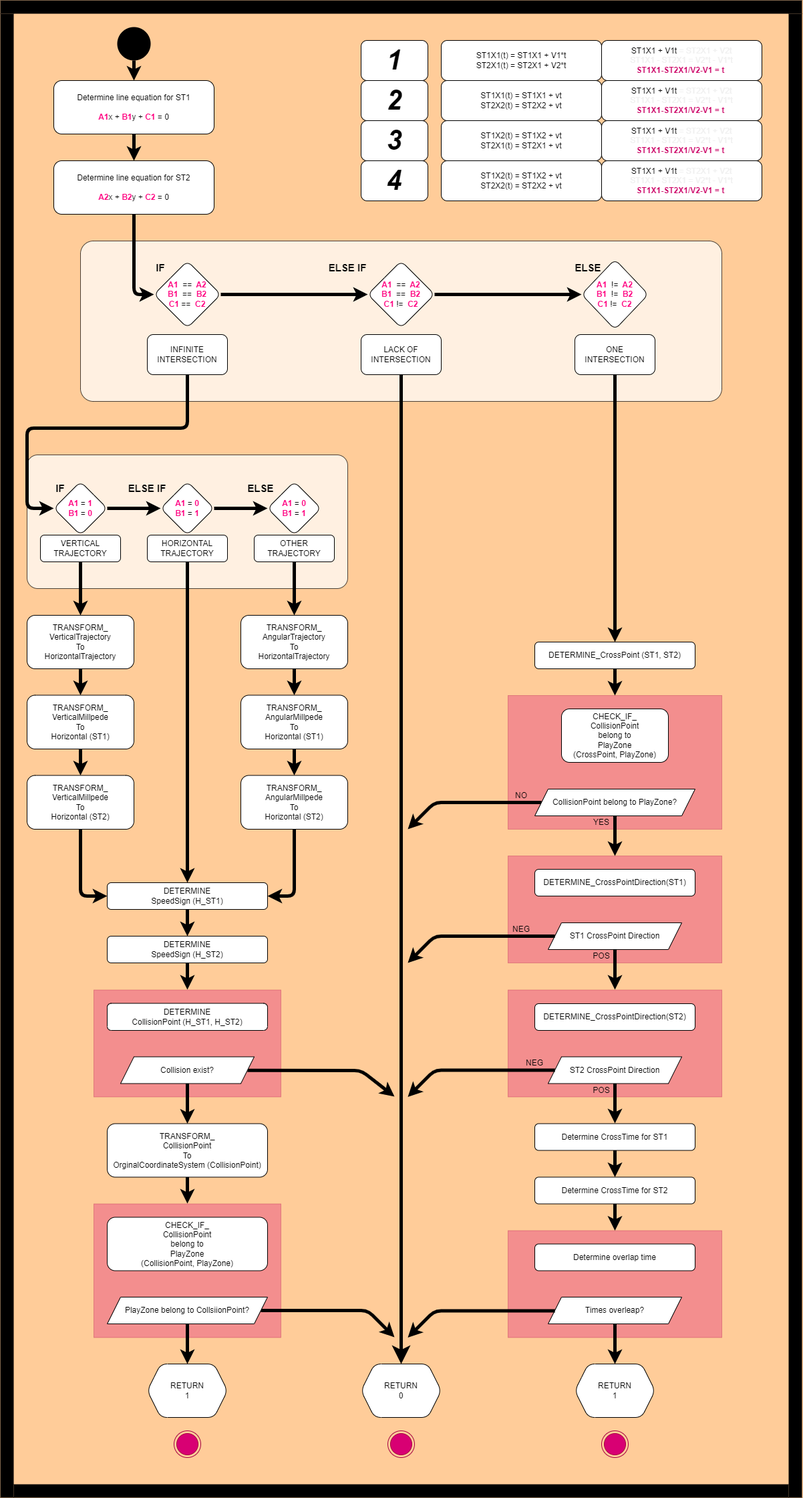
Before: test.drawio.png, a diagram exported from draw.io (bajraan/MWP3_2C1---Stonogi). Source tidied: cells renumbered, new cells last; positions are measured from the earlier drawing's top-left corner, leaving out a move shared by most shapes.
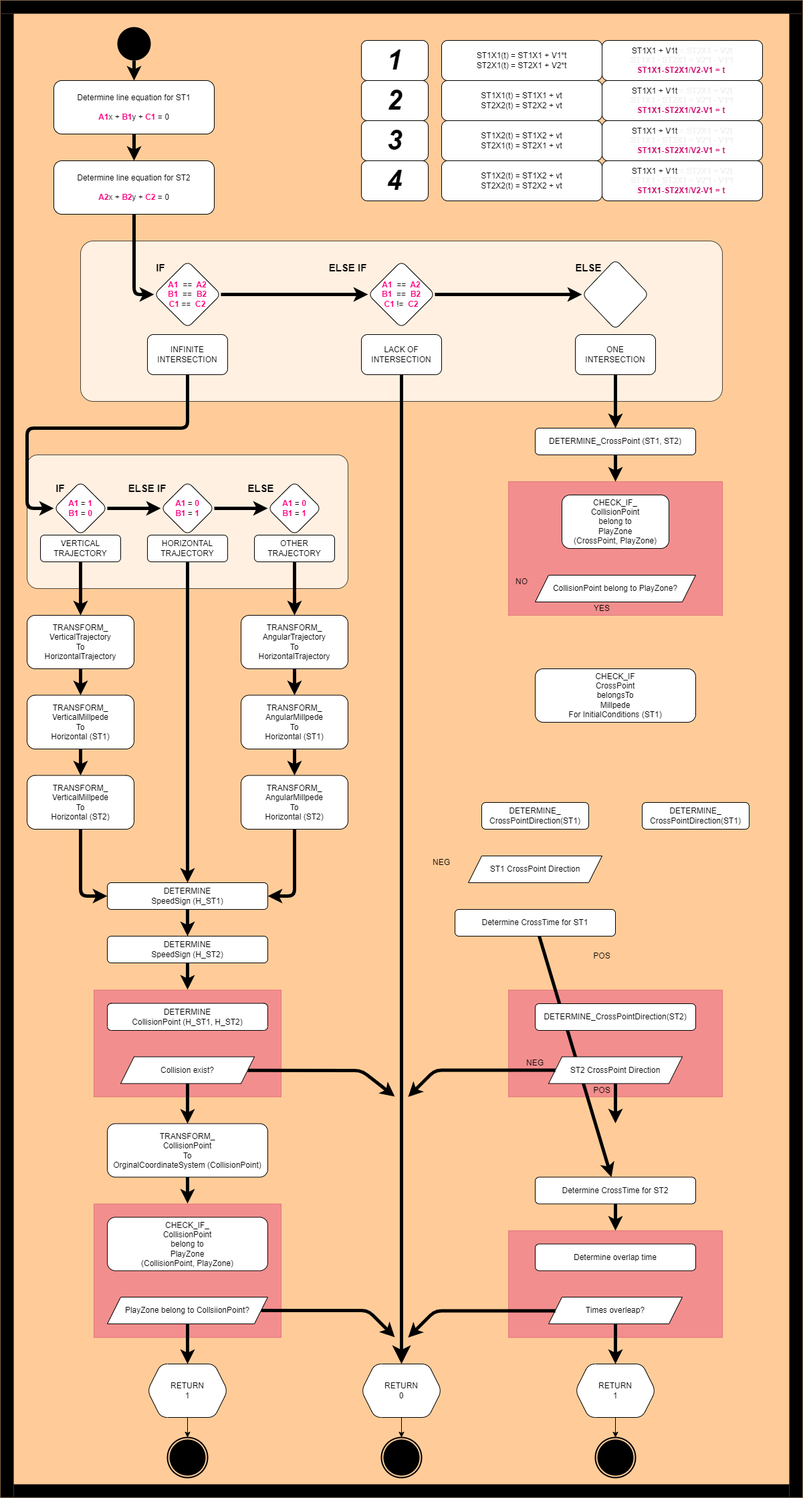
After the change.

Diff of the diagram source:
```diff
@@ -8,9 +8,6 @@
     <mxCell id="3" style="rounded=0;whiteSpace=wrap;html=1;shadow=0;glass=0;opacity=30;fillColor=#d80073;fontColor=#ffffff;strokeColor=#A50040;" parent="1" vertex="1">
       <mxGeometry x="760" y="1480.5" width="320" height="160" as="geometry" />
     </mxCell>
-    <mxCell id="4" style="rounded=0;whiteSpace=wrap;html=1;shadow=0;glass=0;opacity=30;fillColor=#d80073;fontColor=#ffffff;strokeColor=#A50040;" parent="1" vertex="1">
-      <mxGeometry x="760" y="1280" width="320" height="160" as="geometry" />
-    </mxCell>
     <mxCell id="5" style="rounded=0;whiteSpace=wrap;html=1;shadow=0;glass=0;opacity=30;fillColor=#d80073;fontColor=#ffffff;strokeColor=#A50040;" parent="1" vertex="1">
       <mxGeometry x="140" y="1480.5" width="280" height="160" as="geometry" />
     </mxCell>
@@ -18,7 +15,7 @@
       <mxGeometry x="140" y="1800.5" width="280" height="200" as="geometry" />
     </mxCell>
     <mxCell id="7" style="rounded=0;whiteSpace=wrap;html=1;shadow=0;glass=0;opacity=30;fillColor=#d80073;fontColor=#ffffff;strokeColor=#A50040;" parent="1" vertex="1">
-      <mxGeometry x="760" y="1040" width="320" height="200" as="geometry" />
+      <mxGeometry x="760" y="720" width="320" height="200" as="geometry" />
     </mxCell>
     <mxCell id="8" style="rounded=1;whiteSpace=wrap;html=1;fontColor=#FF0080;opacity=70;strokeOpacity=100;fillOpacity=100;glass=0;sketch=0;shadow=0;arcSize=8;" parent="1" vertex="1">
       <mxGeometry x="40" y="680" width="480" height="200" as="geometry" />
@@ -46,13 +43,13 @@
       <mxGeometry relative="1" as="geometry" />
     </mxCell>
     <mxCell id="15" value="DETERMINE_CrossPoint (ST1, ST2)" style="whiteSpace=wrap;html=1;rounded=1;" parent="1" vertex="1">
-      <mxGeometry x="800" y="960" width="240" height="40" as="geometry" />
+      <mxGeometry x="800" y="640" width="240" height="40" as="geometry" />
     </mxCell>
     <mxCell id="16" style="edgeStyle=none;html=1;fontColor=#000000;startSize=12;endSize=6;targetPerimeterSpacing=0;strokeColor=default;strokeWidth=5;" parent="1" edge="1" source="17" target="19">
       <mxGeometry relative="1" as="geometry" />
     </mxCell>
     <mxCell id="17" value="Determine CrossTime for ST1" style="whiteSpace=wrap;html=1;rounded=1;" parent="1" vertex="1">
-      <mxGeometry x="800" y="1680.5" width="240" height="40" as="geometry" />
+      <mxGeometry x="680" y="1360" width="240" height="40" as="geometry" />
     </mxCell>
     <mxCell id="18" style="edgeStyle=none;html=1;entryX=0.5;entryY=0;entryDx=0;entryDy=0;fontColor=#000000;startSize=12;endSize=6;targetPerimeterSpacing=0;strokeColor=default;strokeWidth=5;" parent="1" edge="1" source="19" target="2">
       <mxGeometry relative="1" as="geometry" />
@@ -63,22 +60,23 @@
     <mxCell id="20" value="Determine overlap time" style="whiteSpace=wrap;html=1;rounded=1;" parent="1" vertex="1">
       <mxGeometry x="800" y="1860.5" width="240" height="40" as="geometry" />
     </mxCell>
+    <mxCell id="120" style="edgeStyle=none;html=1;" parent="1" edge="1" source="21" target="123">
+      <mxGeometry relative="1" as="geometry" />
+    </mxCell>
     <mxCell id="21" value="RETURN&lt;br&gt;0" style="shape=hexagon;perimeter=hexagonPerimeter2;whiteSpace=wrap;html=1;fixedSize=1;rounded=1;" parent="1" vertex="1">
       <mxGeometry x="540" y="2040" width="120" height="80" as="geometry" />
     </mxCell>
+    <mxCell id="121" style="edgeStyle=none;html=1;" parent="1" edge="1" source="22" target="124">
+      <mxGeometry relative="1" as="geometry" />
+    </mxCell>
     <mxCell id="22" value="RETURN&lt;br&gt;1" style="shape=hexagon;perimeter=hexagonPerimeter2;whiteSpace=wrap;html=1;fixedSize=1;rounded=1;" parent="1" vertex="1">
       <mxGeometry x="860" y="2040" width="120" height="80" as="geometry" />
     </mxCell>
-    <mxCell id="23" value="DETERMINE_CrossPointDirection(ST1)" style="whiteSpace=wrap;html=1;rounded=1;fillColor=default;" parent="1" vertex="1">
-      <mxGeometry x="800" y="1300" width="240" height="40" as="geometry" />
+    <mxCell id="23" value="DETERMINE_&lt;br&gt;CrossPointDirection(ST1)" style="whiteSpace=wrap;html=1;rounded=1;fillColor=default;" parent="1" vertex="1">
+      <mxGeometry x="720" y="1200" width="160" height="40" as="geometry" />
     </mxCell>
-    <mxCell id="24" style="edgeStyle=none;html=1;fontColor=#000000;startSize=12;endSize=6;targetPerimeterSpacing=0;strokeColor=default;strokeWidth=5;" parent="1" edge="1" source="25">
-      <mxGeometry relative="1" as="geometry">
-        <mxPoint x="920" y="1480" as="targetPoint" />
-      </mxGeometry>
-    </mxCell>
     <mxCell id="25" value="ST1 CrossPoint Direction" style="shape=parallelogram;perimeter=parallelogramPerimeter;whiteSpace=wrap;html=1;fixedSize=1;rounded=0;" parent="1" vertex="1">
-      <mxGeometry x="820" y="1380" width="200" height="40" as="geometry" />
+      <mxGeometry x="700" y="1280" width="200" height="40" as="geometry" />
     </mxCell>
     <mxCell id="26" value="DETERMINE_CrossPointDirection(ST2)" style="whiteSpace=wrap;html=1;rounded=1;" parent="1" vertex="1">
       <mxGeometry x="800" y="1501" width="240" height="40" as="geometry" />
@@ -101,7 +99,7 @@
     <mxCell id="32" value="&lt;b&gt;&lt;font color=&quot;#ff0080&quot;&gt;A1&amp;nbsp;&amp;nbsp;&lt;/font&gt;&lt;/b&gt;==&amp;nbsp;&lt;b&gt;&lt;font color=&quot;#ff0080&quot;&gt;&amp;nbsp;A2&lt;br&gt;B1&amp;nbsp;&amp;nbsp;&lt;/font&gt;&lt;/b&gt;==&amp;nbsp;&lt;b&gt;&lt;font color=&quot;#ff0080&quot;&gt;&amp;nbsp;B2&lt;br&gt;C1 &lt;/font&gt;&lt;/b&gt;!=&amp;nbsp;&lt;b&gt;&lt;font color=&quot;#ff0080&quot;&gt;&amp;nbsp;C2&lt;/font&gt;&lt;/b&gt;" style="shape=rhombus;rounded=1;whiteSpace=wrap;html=1;fixedSize=1;" parent="1" vertex="1">
       <mxGeometry x="550" y="390" width="100" height="100" as="geometry" />
     </mxCell>
-    <mxCell id="33" value="&lt;b&gt;&lt;font color=&quot;#ff0080&quot;&gt;A1&amp;nbsp; &lt;/font&gt;&lt;/b&gt;!=&amp;nbsp;&lt;b&gt;&lt;font color=&quot;#ff0080&quot;&gt;&amp;nbsp;A2&lt;br&gt;B1&amp;nbsp;&amp;nbsp;&lt;/font&gt;&lt;/b&gt;!=&amp;nbsp;&lt;b&gt;&lt;font color=&quot;#ff0080&quot;&gt;&amp;nbsp;B2&lt;br&gt;C1&amp;nbsp;&lt;/font&gt;&lt;/b&gt;!=&amp;nbsp;&lt;b&gt;&lt;font color=&quot;#ff0080&quot;&gt;&amp;nbsp;C2&lt;/font&gt;&lt;/b&gt;" style="rhombus;rounded=1;whiteSpace=wrap;html=1;fixedSize=1;" parent="1" vertex="1">
+    <mxCell id="33" style="rhombus;rounded=1;whiteSpace=wrap;html=1;fixedSize=1;" parent="1" vertex="1">
       <mxGeometry x="870" y="387.5" width="100" height="105" as="geometry" />
     </mxCell>
     <mxCell id="34" style="edgeStyle=none;html=1;fontColor=#000000;startSize=12;endSize=6;targetPerimeterSpacing=0;strokeColor=default;strokeWidth=5;entryX=0.5;entryY=1;entryDx=0;entryDy=0;exitX=0.5;exitY=1;exitDx=0;exitDy=0;" parent="1" edge="1" source="35" target="47">
@@ -158,12 +156,6 @@
     <mxCell id="49" value="&lt;font color=&quot;#ff0080&quot;&gt;&lt;b&gt;A1&amp;nbsp;&lt;/b&gt;&lt;/font&gt;=&lt;font color=&quot;#ff0080&quot;&gt;&lt;b&gt;&amp;nbsp;0&lt;/b&gt;&lt;br&gt;&lt;b&gt;B1&amp;nbsp;&lt;/b&gt;&lt;/font&gt;=&amp;nbsp;&lt;font color=&quot;#ff0080&quot;&gt;&lt;b&gt;1&lt;/b&gt;&lt;/font&gt;" style="rhombus;whiteSpace=wrap;html=1;rounded=1;" parent="1" vertex="1">
       <mxGeometry x="240" y="720" width="80" height="80" as="geometry" />
     </mxCell>
-    <mxCell id="50" style="ellipse;html=1;shape=endState;fillColor=#d80073;strokeColor=#A50040;fontColor=#ffffff;" parent="1" vertex="1">
-      <mxGeometry x="580" y="2140" width="40" height="40" as="geometry" />
-    </mxCell>
-    <mxCell id="51" style="ellipse;html=1;shape=endState;fillColor=#d80073;strokeColor=#A50040;fontColor=#ffffff;" parent="1" vertex="1">
-      <mxGeometry x="900" y="2140" width="40" height="40" as="geometry" />
-    </mxCell>
     <mxCell id="52" value="&lt;b&gt;&lt;font style=&quot;font-size: 15px&quot;&gt;IF&lt;/font&gt;&lt;/b&gt;" style="text;html=1;strokeColor=none;fillColor=none;align=center;verticalAlign=middle;whiteSpace=wrap;rounded=0;" parent="1" vertex="1">
       <mxGeometry x="200" y="380" width="80" height="40" as="geometry" />
     </mxCell>
@@ -224,6 +216,9 @@
     <mxCell id="67" value="PlayZone belong to CollsiionPoint?" style="shape=parallelogram;perimeter=parallelogramPerimeter;whiteSpace=wrap;html=1;fixedSize=1;" parent="1" vertex="1">
       <mxGeometry x="160" y="1940" width="240" height="40" as="geometry" />
     </mxCell>
+    <mxCell id="122" style="edgeStyle=none;html=1;entryX=0.5;entryY=0;entryDx=0;entryDy=0;" parent="1" edge="1" source="68" target="89">
+      <mxGeometry relative="1" as="geometry" />
+    </mxCell>
     <mxCell id="68" value="RETURN&lt;br&gt;1" style="shape=hexagon;perimeter=hexagonPerimeter2;whiteSpace=wrap;html=1;fixedSize=1;rounded=1;" parent="1" vertex="1">
       <mxGeometry x="220" y="2040" width="120" height="80" as="geometry" />
     </mxCell>
@@ -288,24 +283,13 @@
       <mxGeometry x="160" y="1400" width="240" height="40" as="geometry" />
     </mxCell>
     <mxCell id="85" value="CHECK_IF_&lt;br&gt;CollisionPoint&lt;br&gt;belong to&lt;br&gt;PlayZone&lt;br&gt;(CrossPoint, PlayZone)" style="whiteSpace=wrap;html=1;rounded=1;" parent="1" vertex="1">
-      <mxGeometry x="840" y="1060" width="160" height="80" as="geometry" />
+      <mxGeometry x="840" y="740" width="160" height="80" as="geometry" />
     </mxCell>
-    <mxCell id="86" style="edgeStyle=none;html=1;strokeWidth=5;" parent="1" edge="1" source="88">
-      <mxGeometry relative="1" as="geometry">
-        <mxPoint x="610" y="1240" as="targetPoint" />
-        <Array as="points">
-          <mxPoint x="650" y="1200" />
-        </Array>
-      </mxGeometry>
-    </mxCell>
-    <mxCell id="87" style="edgeStyle=none;html=1;entryX=0.5;entryY=0;entryDx=0;entryDy=0;fontColor=#000000;startSize=12;endSize=6;targetPerimeterSpacing=0;strokeColor=default;strokeWidth=5;" parent="1" edge="1" source="88" target="4">
-      <mxGeometry relative="1" as="geometry" />
-    </mxCell>
     <mxCell id="88" value="CollisionPoint belong to PlayZone?" style="shape=parallelogram;perimeter=parallelogramPerimeter;whiteSpace=wrap;html=1;fixedSize=1;" parent="1" vertex="1">
-      <mxGeometry x="800" y="1180" width="240" height="40" as="geometry" />
+      <mxGeometry x="800" y="860" width="240" height="40" as="geometry" />
     </mxCell>
-    <mxCell id="89" style="ellipse;html=1;shape=endState;fillColor=#d80073;strokeColor=#A50040;fontColor=#ffffff;" parent="1" vertex="1">
-      <mxGeometry x="260" y="2140" width="40" height="40" as="geometry" />
+    <mxCell id="89" style="ellipse;html=1;shape=endState;fillColor=#000000;strokeColor=#000000;fontColor=#ffffff;strokeWidth=2;" parent="1" vertex="1">
+      <mxGeometry x="250" y="2150" width="60" height="60" as="geometry" />
     </mxCell>
     <mxCell id="90" value="&lt;b&gt;&lt;font style=&quot;font-size: 15px&quot;&gt;ELSE IF&lt;/font&gt;&lt;/b&gt;" style="text;html=1;strokeColor=none;fillColor=none;align=center;verticalAlign=middle;whiteSpace=wrap;rounded=0;" parent="1" vertex="1">
       <mxGeometry x="180" y="710" width="80" height="40" as="geometry" />
@@ -320,16 +304,16 @@
       <mxGeometry x="880" y="1620.5" width="40" height="20" as="geometry" />
     </mxCell>
     <mxCell id="94" value="NEG" style="text;html=1;strokeColor=none;fillColor=none;align=center;verticalAlign=middle;whiteSpace=wrap;rounded=0;shadow=0;glass=0;labelBackgroundColor=none;labelBorderColor=none;opacity=30;" parent="1" vertex="1">
-      <mxGeometry x="760" y="1380" width="40" height="20" as="geometry" />
+      <mxGeometry x="640" y="1280" width="40" height="20" as="geometry" />
     </mxCell>
     <mxCell id="95" value="POS" style="text;html=1;strokeColor=none;fillColor=none;align=center;verticalAlign=middle;whiteSpace=wrap;rounded=0;shadow=0;glass=0;labelBackgroundColor=none;labelBorderColor=none;opacity=30;" parent="1" vertex="1">
       <mxGeometry x="880" y="1420" width="40" height="20" as="geometry" />
     </mxCell>
     <mxCell id="96" value="NO" style="text;html=1;strokeColor=none;fillColor=none;align=center;verticalAlign=middle;whiteSpace=wrap;rounded=0;shadow=0;glass=0;labelBackgroundColor=none;labelBorderColor=none;opacity=30;" parent="1" vertex="1">
-      <mxGeometry x="760" y="1179.5" width="40" height="20" as="geometry" />
+      <mxGeometry x="760" y="859.5" width="40" height="20" as="geometry" />
     </mxCell>
     <mxCell id="97" value="YES" style="text;html=1;strokeColor=none;fillColor=none;align=center;verticalAlign=middle;whiteSpace=wrap;rounded=0;shadow=0;glass=0;labelBackgroundColor=none;labelBorderColor=none;opacity=30;" parent="1" vertex="1">
-      <mxGeometry x="880" y="1220" width="40" height="20" as="geometry" />
+      <mxGeometry x="880" y="900" width="40" height="20" as="geometry" />
     </mxCell>
     <mxCell id="98" value="ST1X1(t) = ST1X1 + V1*t&lt;br&gt;ST2X1(t) = ST2X1 + V2*t" style="whiteSpace=wrap;html=1;rounded=1;" parent="1" vertex="1">
       <mxGeometry x="660" y="60" width="240" height="60" as="geometry" />
@@ -349,14 +333,6 @@
     <mxCell id="103" value="ST1X1(t) = ST1X1 + vt&lt;br&gt;ST2X2(t) = ST2X2 + vt" style="whiteSpace=wrap;html=1;rounded=1;" parent="1" vertex="1">
       <mxGeometry x="660" y="120" width="240" height="60" as="geometry" />
     </mxCell>
-    <mxCell id="104" style="edgeStyle=none;html=1;strokeWidth=5;exitX=0;exitY=0.5;exitDx=0;exitDy=0;" parent="1" edge="1" source="25">
-      <mxGeometry relative="1" as="geometry">
-        <mxPoint x="610" y="1440" as="targetPoint" />
-        <Array as="points">
-          <mxPoint x="650" y="1400" />
-        </Array>
-      </mxGeometry>
-    </mxCell>
     <mxCell id="105" style="edgeStyle=none;html=1;strokeWidth=5;exitX=0;exitY=0.5;exitDx=0;exitDy=0;" parent="1" edge="1">
       <mxGeometry relative="1" as="geometry">
         <mxPoint x="830" y="1600.5" as="sourcePoint" />
@@ -414,5 +390,17 @@
     <mxCell id="119" value="&lt;span style=&quot;font-size: 41px&quot;&gt;&lt;b&gt;&lt;i&gt;4&lt;/i&gt;&lt;/b&gt;&lt;/span&gt;" style="whiteSpace=wrap;html=1;rounded=1;" parent="1" vertex="1">
       <mxGeometry x="540" y="240" width="100" height="60" as="geometry" />
     </mxCell>
+    <mxCell id="123" style="ellipse;html=1;shape=endState;fillColor=#000000;strokeColor=#000000;fontColor=#ffffff;strokeWidth=2;" parent="1" vertex="1">
+      <mxGeometry x="570" y="2150" width="60" height="60" as="geometry" />
+    </mxCell>
+    <mxCell id="124" style="ellipse;html=1;shape=endState;fillColor=#000000;strokeColor=#000000;fontColor=#ffffff;strokeWidth=2;" parent="1" vertex="1">
+      <mxGeometry x="890" y="2150" width="60" height="60" as="geometry" />
+    </mxCell>
+    <mxCell id="125" value="CHECK_IF&lt;br&gt;CrossPoint&lt;br&gt;belongsTo&lt;br&gt;Millpede&lt;br&gt;For InitialConditions (ST1)" style="whiteSpace=wrap;html=1;rounded=1;" parent="1" vertex="1">
+      <mxGeometry x="800" y="1000" width="240" height="80" as="geometry" />
+    </mxCell>
+    <mxCell id="126" value="DETERMINE_&lt;br&gt;CrossPointDirection(ST1)" style="whiteSpace=wrap;html=1;rounded=1;fillColor=default;" parent="1" vertex="1">
+      <mxGeometry x="960" y="1200" width="160" height="40" as="geometry" />
+    </mxCell>
   </root>
 </mxGraphModel>
```
